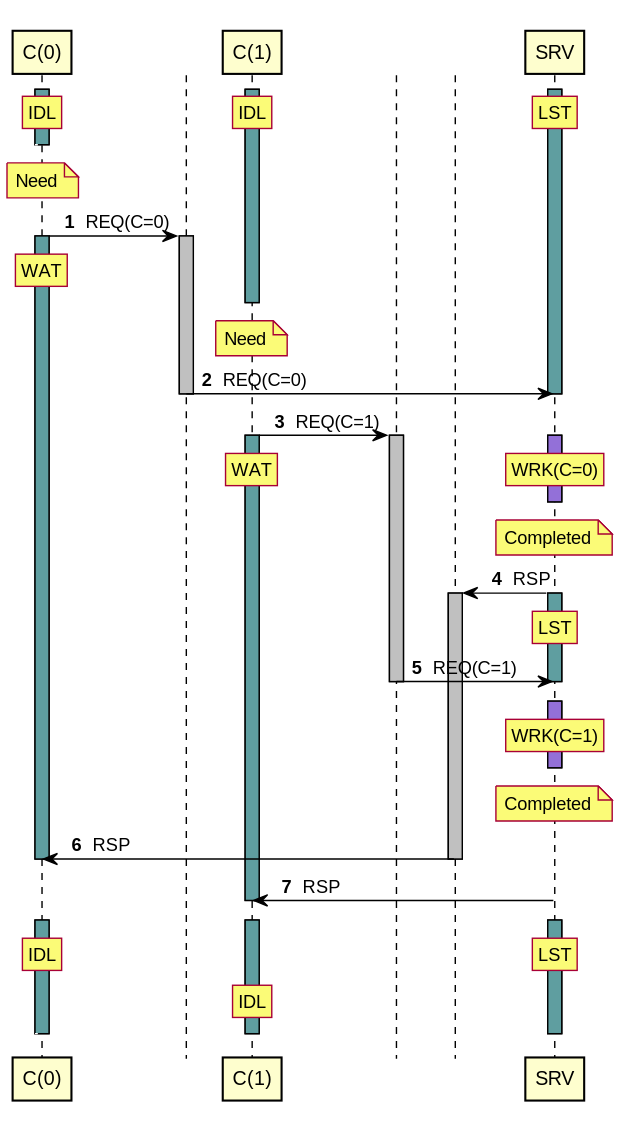
Before: tests/expected/test_clients_server/sequence.svg, a diagram exported from PlantUML (orenbenkiki/total-space).
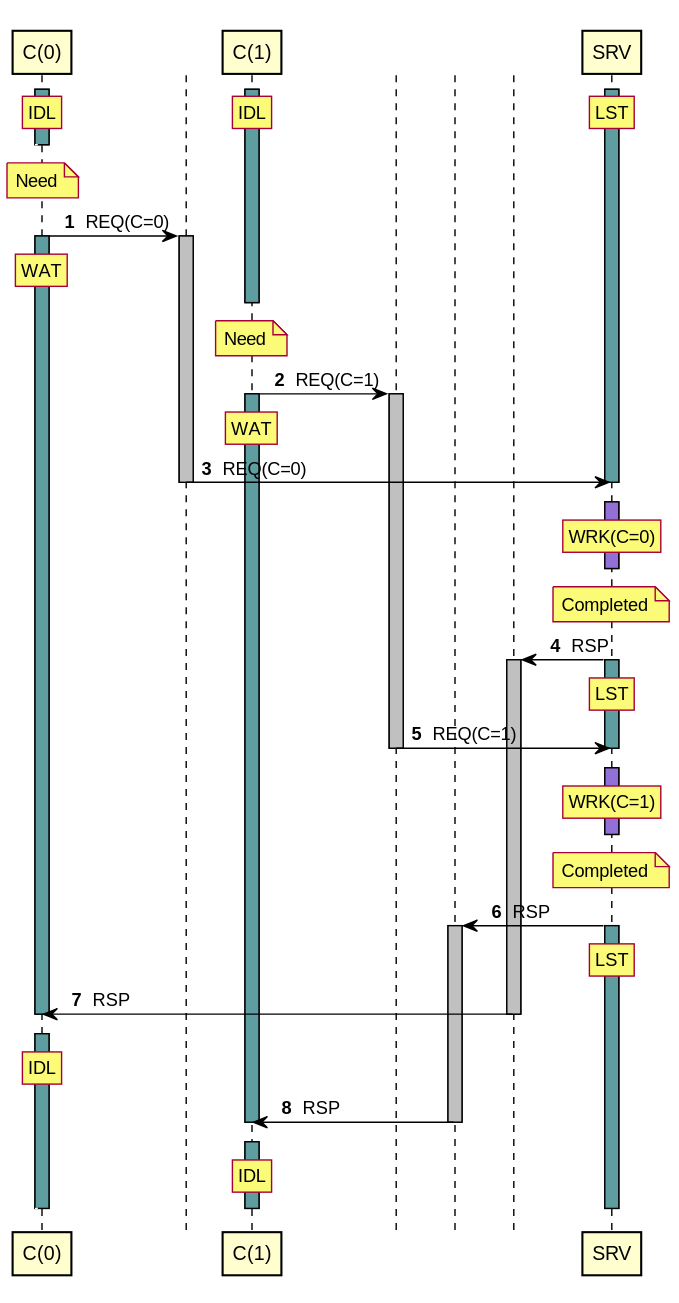
Above is the later version.

The edit, as a diff of the source:
```diff
@@ -34,16 +34,19 @@
 autonumber resume
 deactivate A1
 note over A1 : Need
-T0 -> A2 : REQ(C=0)
-deactivate T0
-deactivate A2
 control " " as T1 order 10201
 A1 -> T1 : REQ(C=1)
 activate T1 #Silver
 activate A1 #CadetBlue
+rnote over A1 : WAT
+T0 -> A2 : REQ(C=0)
+deactivate T0
+deactivate A2
+autonumber stop
+[<[#White]-- A0
+autonumber resume
 activate A2 #MediumPurple
-rnote over A1 : WAT
-/ rnote over A2 : WRK(C=0)
+rnote over A2 : WRK(C=0)
 autonumber stop
 [<[#White]-- A0
 autonumber resume
@@ -67,18 +70,25 @@
 autonumber resume
 deactivate A2
 note over A2 : Completed
+control " " as T3 order 10298
+A2 -> T3 : RSP
+activate T3 #Silver
+activate A2 #CadetBlue
+rnote over A2 : LST
 T2 -> A0 : RSP
 deactivate T2
 deactivate A0
-A2 -> A1 : RSP
+autonumber stop
+[<[#White]-- A0
+autonumber resume
+activate A0 #CadetBlue
+rnote over A0 : IDL
+T3 -> A1 : RSP
+deactivate T3
 deactivate A1
 autonumber stop
 [<[#White]-- A0
 autonumber resume
-activate A2 #CadetBlue
-activate A0 #CadetBlue
-rnote over A2 : LST
-/ rnote over A0 : IDL
 activate A1 #CadetBlue
 rnote over A1 : IDL
 autonumber stop
```
